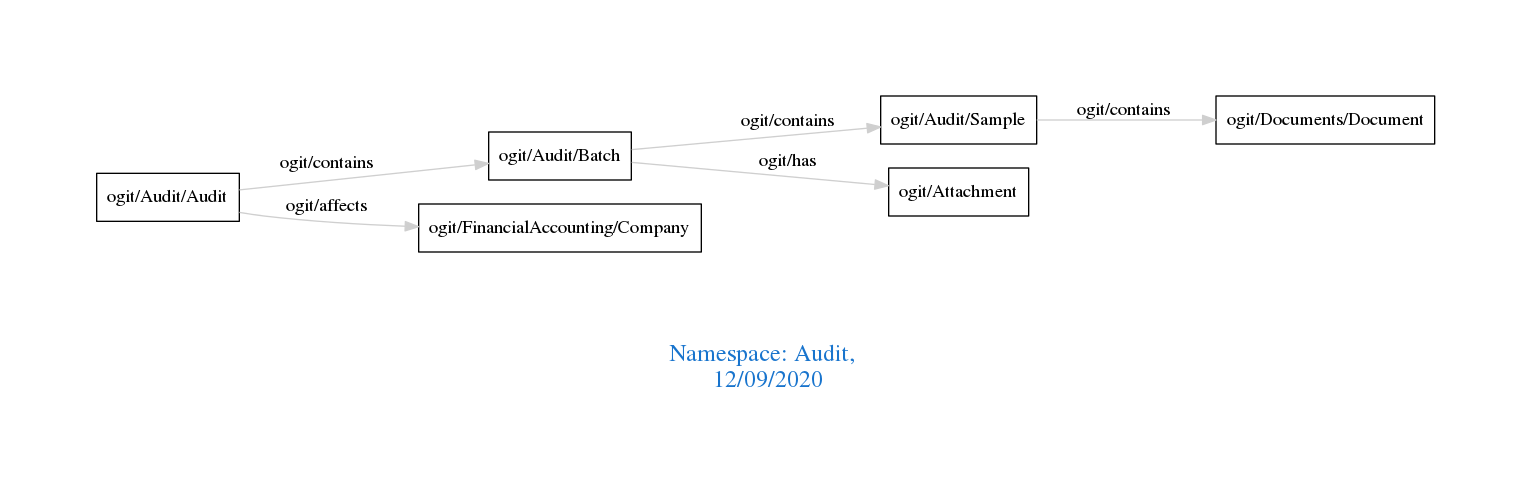
Above: downloads/Audit.png in arago/OGIT (Graphviz), before the change. Its source is kept beside it as downloads/Audit.dot.
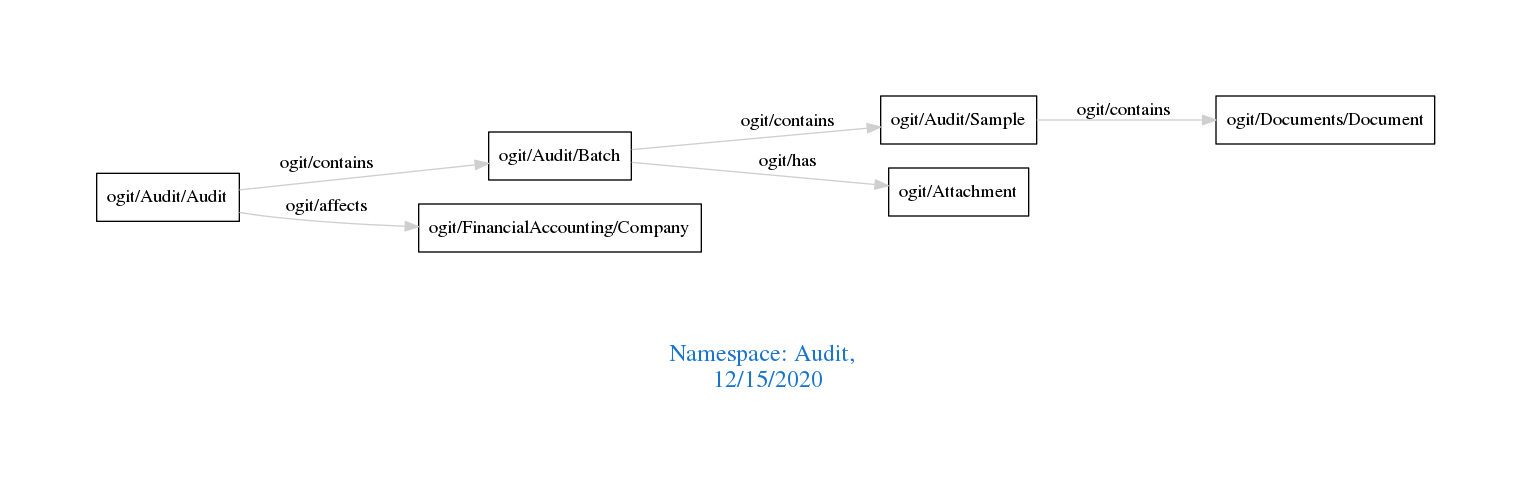
After the commit.

What changed in the source:
```diff
@@ -1,7 +1,7 @@
 digraph OGIT_ontology {
  graph [ rankdir= LR,pad=1
 fontsize = 18,
-fontcolor= dodgerblue3,label = "\n\n\nNamespace: Audit, \n 12/09/2020"];
+fontcolor= dodgerblue3,label = "\n\n\nNamespace: Audit, \n 12/15/2020"];
 node[shape=polygon];
 edge [  color="gray81"];
 
```
